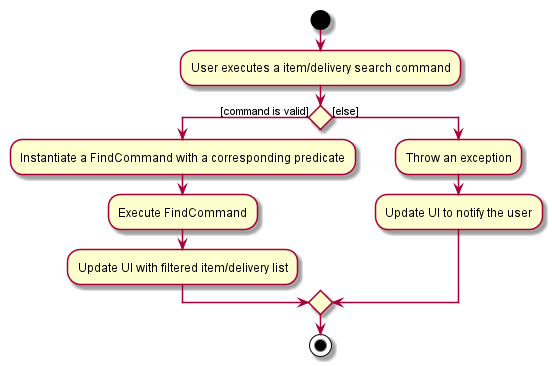
This is docs/images/FindActivityDiagram.png from nus-cs2103-AY2021S1/tp, a PlantUML export, as it was before one commit.
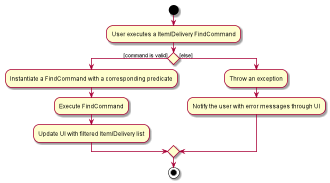
Later version of the same file.

Commit message:
add implementation for edit command

Change to the diagram source:
```diff
@@ -2,15 +2,15 @@
 
 start
 
-:User executes a item/delivery search command;
+:User executes a Item/Delivery FindCommand;
 
 if () then ([command is valid])
 	:Instantiate a FindCommand with a corresponding predicate;
 	:Execute FindCommand;
-	:Update UI with filtered item/delivery list;
+	:Update UI with filtered Item/Delivery list;
 else ([else])
 	:Throw an exception;
-	:Update UI to notify the user;
+	:Notify the user with error messages through UI;
 endif
 
 stop
```
